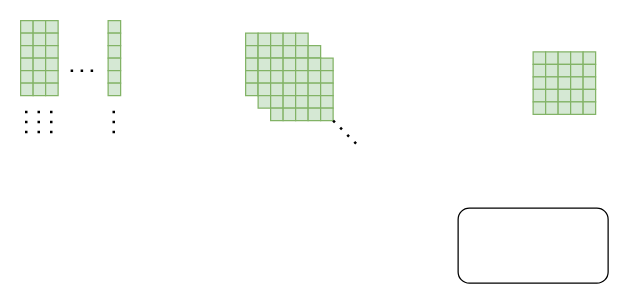
Earlier version of the draw.io diagram graph/Untitled Diagram.drawio (pengjuzhang1998/GNN-based-social-media-sentiment-analysis-for-stock-market-forecasting-and-trading). Source tidied: cells renumbered, new cells numbered last; positions are measured from the earlier drawing's top-left corner, leaving out a move shared by most shapes. Both pictures are drawn from the tidied source at 125%, with x=0, y=0 at pixel (20, 20).
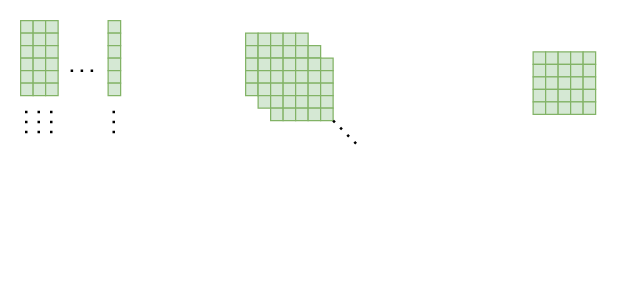
The same page after the edit.

What changed in the source:
```diff
@@
-    <mxCell id="124" style="rounded=1;whiteSpace=wrap;html=1;" parent="1" vertex="1">
-      <mxGeometry x="350" y="150" width="120" height="60" as="geometry" />
-    </mxCell>
```
